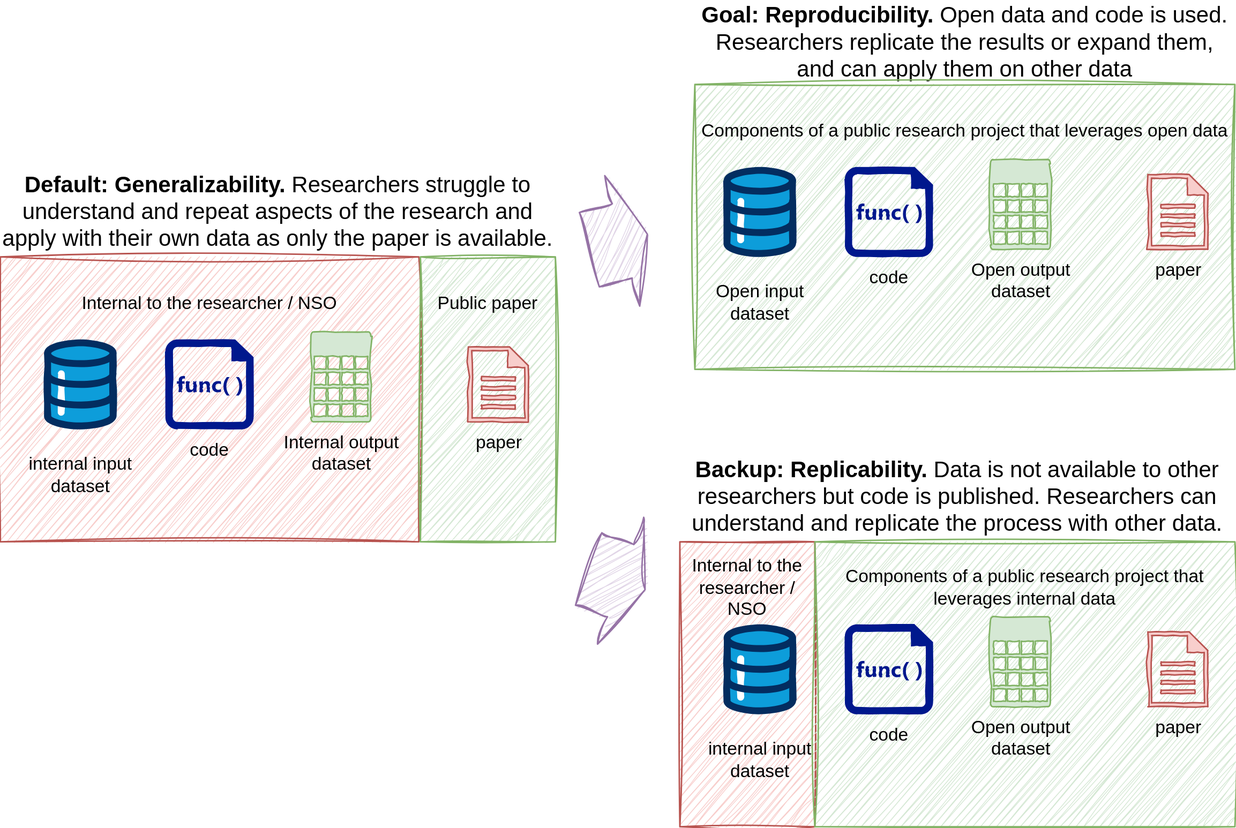
sergegoussev/reproducibility-project keeps this draw.io diagram as docs/images/reserarch-objects-shifting-the-paradigm.svg. Above is the earlier version. Source tidied: cells renumbered, new cells last; positions are measured from the earlier drawing's top-left corner, leaving out a move shared by most shapes.
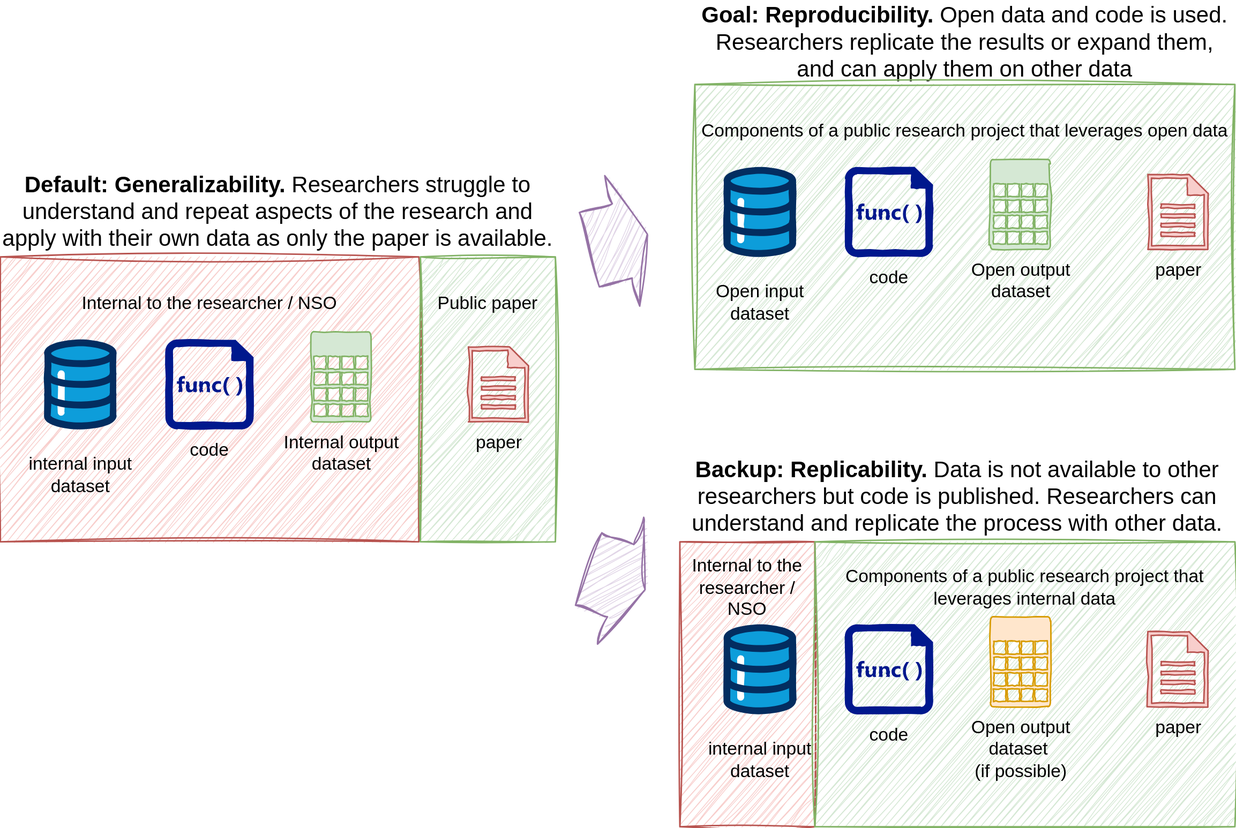
The same diagram one commit later.

What changed in the source:
```diff
@@ -65,7 +65,7 @@
     <mxCell id="22" value="internal input &lt;br&gt;dataset" style="verticalLabelPosition=bottom;html=1;shape=mxgraph.salesforce.data;sketch=1;curveFitting=1;jiggle=2;sketchStyle=comic;" parent="1" vertex="1">
       <mxGeometry x="482" y="415" width="48.6" height="60" as="geometry" />
     </mxCell>
-    <mxCell id="23" value="Open output &lt;br&gt;dataset" style="verticalLabelPosition=bottom;html=1;verticalAlign=top;align=center;strokeColor=#82b366;fillColor=#d5e8d4;shape=mxgraph.azure.storage;sketch=1;curveFitting=1;jiggle=2;sketchStyle=comic;" parent="1" vertex="1">
+    <mxCell id="23" value="Open output &lt;br&gt;dataset&amp;nbsp;&lt;br&gt;(if possible)" style="verticalLabelPosition=bottom;html=1;verticalAlign=top;align=center;strokeColor=#d79b00;fillColor=#ffe6cc;shape=mxgraph.azure.storage;sketch=1;curveFitting=1;jiggle=2;sketchStyle=comic;" parent="1" vertex="1">
       <mxGeometry x="660" y="410" width="40" height="60" as="geometry" />
     </mxCell>
   </root>
```
